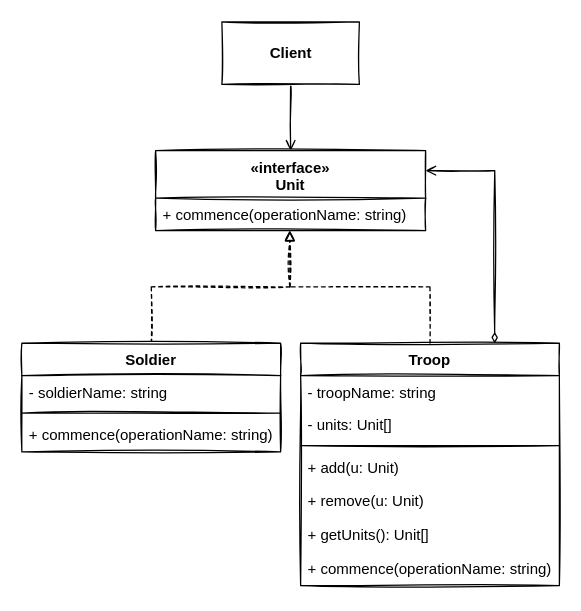
The draw.io diagram page "Practice" (2 of 2) of src/08-Composite/UML.drawio in MangoPomelo/DesignPatternPractice, before the edit. Source tidied: cells renumbered, new cells numbered last; positions are measured from the earlier drawing's top-left corner, leaving out a move shared by most shapes. Both pictures are drawn from the tidied source at 125%, with x=0, y=0 at pixel (21, 21).
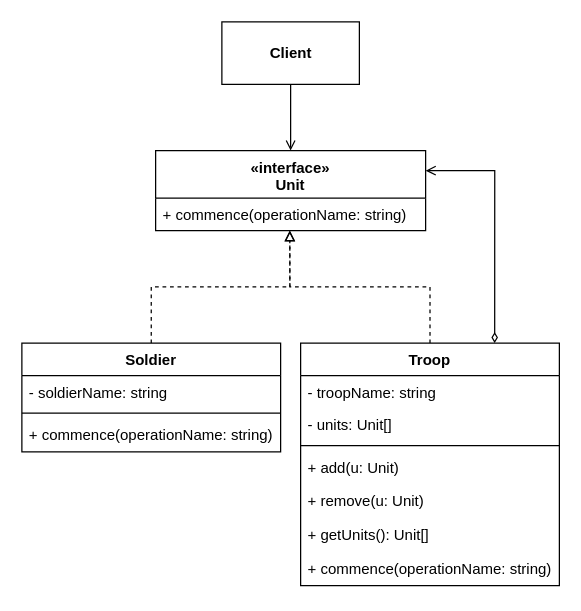
The same diagram, later.

Change to the diagram source:
```diff
@@
-    <mxCell id="2" style="edgeStyle=none;sketch=1;html=1;exitX=0.5;exitY=1;exitDx=0;exitDy=0;entryX=0.5;entryY=0;entryDx=0;entryDy=0;endArrow=open;endFill=0;" parent="1" edge="1" source="3" target="4">
+    <mxCell id="2" style="edgeStyle=none;html=1;exitX=0.5;exitY=1;exitDx=0;exitDy=0;entryX=0.5;entryY=0;entryDx=0;entryDy=0;endArrow=open;endFill=0;" parent="1" edge="1" source="3" target="4">
       <mxGeometry relative="1" as="geometry" />
     </mxCell>
-    <mxCell id="3" value="Client" style="html=1;sketch=1;fontStyle=1;" parent="1" vertex="1">
+    <mxCell id="3" value="Client" style="html=1;fontStyle=1;" parent="1" vertex="1">
       <mxGeometry x="160" width="110" height="50" as="geometry" />
     </mxCell>
-    <mxCell id="4" value="«interface»&#10;Unit" style="swimlane;fontStyle=1;align=center;verticalAlign=top;horizontal=1;startSize=38;sketch=1;" parent="1" vertex="1">
+    <mxCell id="4" value="«interface»&#10;Unit" style="swimlane;fontStyle=1;align=center;verticalAlign=top;horizontal=1;startSize=38;" parent="1" vertex="1">
       <mxGeometry x="107" y="103" width="216" height="64" as="geometry" />
     </mxCell>
-    <mxCell id="5" value="+ commence(operationName: string)" style="text;strokeColor=none;fillColor=none;align=left;verticalAlign=top;spacingLeft=4;spacingRight=4;overflow=hidden;points=[[0,0.5],[1,0.5]];portConstraint=eastwest;sketch=1;" parent="4" vertex="1">
+    <mxCell id="5" value="+ commence(operationName: string)" style="text;strokeColor=none;fillColor=none;align=left;verticalAlign=top;spacingLeft=4;spacingRight=4;overflow=hidden;points=[[0,0.5],[1,0.5]];portConstraint=eastwest;" parent="4" vertex="1">
       <mxGeometry y="38" width="216" height="26" as="geometry" />
     </mxCell>
-    <mxCell id="6" style="edgeStyle=orthogonalEdgeStyle;sketch=1;html=1;endArrow=block;endFill=0;rounded=0;entryX=0.497;entryY=1.005;entryDx=0;entryDy=0;entryPerimeter=0;dashed=1;" parent="1" edge="1" source="7" target="5">
+    <mxCell id="6" style="edgeStyle=orthogonalEdgeStyle;html=1;endArrow=block;endFill=0;rounded=0;entryX=0.497;entryY=1.005;entryDx=0;entryDy=0;entryPerimeter=0;dashed=1;" parent="1" edge="1" source="7" target="5">
       <mxGeometry relative="1" as="geometry" />
     </mxCell>
-    <mxCell id="7" value="Soldier" style="swimlane;fontStyle=1;align=center;verticalAlign=top;horizontal=1;startSize=26;sketch=1;" parent="1" vertex="1">
+    <mxCell id="7" value="Soldier" style="swimlane;fontStyle=1;align=center;verticalAlign=top;horizontal=1;startSize=26;" parent="1" vertex="1">
       <mxGeometry y="257" width="207" height="87" as="geometry" />
     </mxCell>
-    <mxCell id="8" value="- soldierName: string" style="text;strokeColor=none;fillColor=none;align=left;verticalAlign=top;spacingLeft=4;spacingRight=4;overflow=hidden;sketch=1;" parent="7" vertex="1">
+    <mxCell id="8" value="- soldierName: string" style="text;strokeColor=none;fillColor=none;align=left;verticalAlign=top;spacingLeft=4;spacingRight=4;overflow=hidden;" parent="7" vertex="1">
       <mxGeometry y="26" width="207" height="26" as="geometry" />
     </mxCell>
-    <mxCell id="9" style="line;strokeWidth=1;fillColor=none;align=left;verticalAlign=middle;spacingTop=-1;spacingLeft=3;spacingRight=3;labelPosition=right;sketch=1;" parent="7" vertex="1">
+    <mxCell id="9" style="line;strokeWidth=1;fillColor=none;align=left;verticalAlign=middle;spacingTop=-1;spacingLeft=3;spacingRight=3;labelPosition=right;" parent="7" vertex="1">
       <mxGeometry y="52" width="207" height="8" as="geometry" />
     </mxCell>
-    <mxCell id="10" value="+ commence(operationName: string)" style="text;strokeColor=none;fillColor=none;align=left;verticalAlign=top;spacingLeft=4;spacingRight=4;overflow=hidden;sketch=1;" parent="7" vertex="1">
+    <mxCell id="10" value="+ commence(operationName: string)" style="text;strokeColor=none;fillColor=none;align=left;verticalAlign=top;spacingLeft=4;spacingRight=4;overflow=hidden;" parent="7" vertex="1">
       <mxGeometry y="60" width="207" height="27" as="geometry" />
     </mxCell>
-    <mxCell id="11" style="edgeStyle=orthogonalEdgeStyle;rounded=0;sketch=1;html=1;exitX=0.5;exitY=0;exitDx=0;exitDy=0;entryX=0.497;entryY=0.995;entryDx=0;entryDy=0;entryPerimeter=0;dashed=1;endArrow=block;endFill=0;" parent="1" edge="1" source="13" target="5">
+    <mxCell id="11" style="edgeStyle=orthogonalEdgeStyle;rounded=0;html=1;exitX=0.5;exitY=0;exitDx=0;exitDy=0;entryX=0.497;entryY=0.995;entryDx=0;entryDy=0;entryPerimeter=0;dashed=1;endArrow=block;endFill=0;" parent="1" edge="1" source="13" target="5">
       <mxGeometry relative="1" as="geometry" />
     </mxCell>
-    <mxCell id="12" style="edgeStyle=orthogonalEdgeStyle;rounded=0;sketch=1;html=1;exitX=0.75;exitY=0;exitDx=0;exitDy=0;entryX=1;entryY=0.25;entryDx=0;entryDy=0;endArrow=open;endFill=0;startArrow=diamondThin;startFill=0;" parent="1" edge="1" source="13" target="4">
+    <mxCell id="12" style="edgeStyle=orthogonalEdgeStyle;rounded=0;html=1;exitX=0.75;exitY=0;exitDx=0;exitDy=0;entryX=1;entryY=0.25;entryDx=0;entryDy=0;endArrow=open;endFill=0;startArrow=diamondThin;startFill=0;" parent="1" edge="1" source="13" target="4">
       <mxGeometry relative="1" as="geometry" />
     </mxCell>
-    <mxCell id="13" value="Troop" style="swimlane;fontStyle=1;align=center;verticalAlign=top;horizontal=1;startSize=26;sketch=1;" parent="1" vertex="1">
+    <mxCell id="13" value="Troop" style="swimlane;fontStyle=1;align=center;verticalAlign=top;horizontal=1;startSize=26;" parent="1" vertex="1">
       <mxGeometry x="223" y="257" width="207" height="194" as="geometry" />
     </mxCell>
-    <mxCell id="14" value="- troopName: string" style="text;strokeColor=none;fillColor=none;align=left;verticalAlign=top;spacingLeft=4;spacingRight=4;overflow=hidden;sketch=1;" parent="13" vertex="1">
+    <mxCell id="14" value="- troopName: string" style="text;strokeColor=none;fillColor=none;align=left;verticalAlign=top;spacingLeft=4;spacingRight=4;overflow=hidden;" parent="13" vertex="1">
       <mxGeometry y="26" width="207" height="26" as="geometry" />
     </mxCell>
-    <mxCell id="15" value="- units: Unit[]" style="text;strokeColor=none;fillColor=none;align=left;verticalAlign=top;spacingLeft=4;spacingRight=4;overflow=hidden;sketch=1;" parent="13" vertex="1">
+    <mxCell id="15" value="- units: Unit[]" style="text;strokeColor=none;fillColor=none;align=left;verticalAlign=top;spacingLeft=4;spacingRight=4;overflow=hidden;" parent="13" vertex="1">
       <mxGeometry y="52" width="207" height="26" as="geometry" />
     </mxCell>
-    <mxCell id="16" style="line;strokeWidth=1;fillColor=none;align=left;verticalAlign=middle;spacingTop=-1;spacingLeft=3;spacingRight=3;labelPosition=right;sketch=1;" parent="13" vertex="1">
+    <mxCell id="16" style="line;strokeWidth=1;fillColor=none;align=left;verticalAlign=middle;spacingTop=-1;spacingLeft=3;spacingRight=3;labelPosition=right;" parent="13" vertex="1">
       <mxGeometry y="78" width="207" height="8" as="geometry" />
     </mxCell>
-    <mxCell id="17" value="+ add(u: Unit)" style="text;strokeColor=none;fillColor=none;align=left;verticalAlign=top;spacingLeft=4;spacingRight=4;overflow=hidden;sketch=1;" parent="13" vertex="1">
+    <mxCell id="17" value="+ add(u: Unit)" style="text;strokeColor=none;fillColor=none;align=left;verticalAlign=top;spacingLeft=4;spacingRight=4;overflow=hidden;" parent="13" vertex="1">
       <mxGeometry y="86" width="207" height="27" as="geometry" />
     </mxCell>
-    <mxCell id="18" value="+ remove(u: Unit)" style="text;strokeColor=none;fillColor=none;align=left;verticalAlign=top;spacingLeft=4;spacingRight=4;overflow=hidden;sketch=1;" parent="13" vertex="1">
+    <mxCell id="18" value="+ remove(u: Unit)" style="text;strokeColor=none;fillColor=none;align=left;verticalAlign=top;spacingLeft=4;spacingRight=4;overflow=hidden;" parent="13" vertex="1">
       <mxGeometry y="113" width="207" height="27" as="geometry" />
     </mxCell>
-    <mxCell id="19" value="+ getUnits(): Unit[]" style="text;strokeColor=none;fillColor=none;align=left;verticalAlign=top;spacingLeft=4;spacingRight=4;overflow=hidden;sketch=1;" parent="13" vertex="1">
+    <mxCell id="19" value="+ getUnits(): Unit[]" style="text;strokeColor=none;fillColor=none;align=left;verticalAlign=top;spacingLeft=4;spacingRight=4;overflow=hidden;" parent="13" vertex="1">
       <mxGeometry y="140" width="207" height="27" as="geometry" />
     </mxCell>
-    <mxCell id="20" value="+ commence(operationName: string)" style="text;strokeColor=none;fillColor=none;align=left;verticalAlign=top;spacingLeft=4;spacingRight=4;overflow=hidden;sketch=1;" parent="13" vertex="1">
+    <mxCell id="20" value="+ commence(operationName: string)" style="text;strokeColor=none;fillColor=none;align=left;verticalAlign=top;spacingLeft=4;spacingRight=4;overflow=hidden;" parent="13" vertex="1">
       <mxGeometry y="167" width="207" height="27" as="geometry" />
     </mxCell>
```
